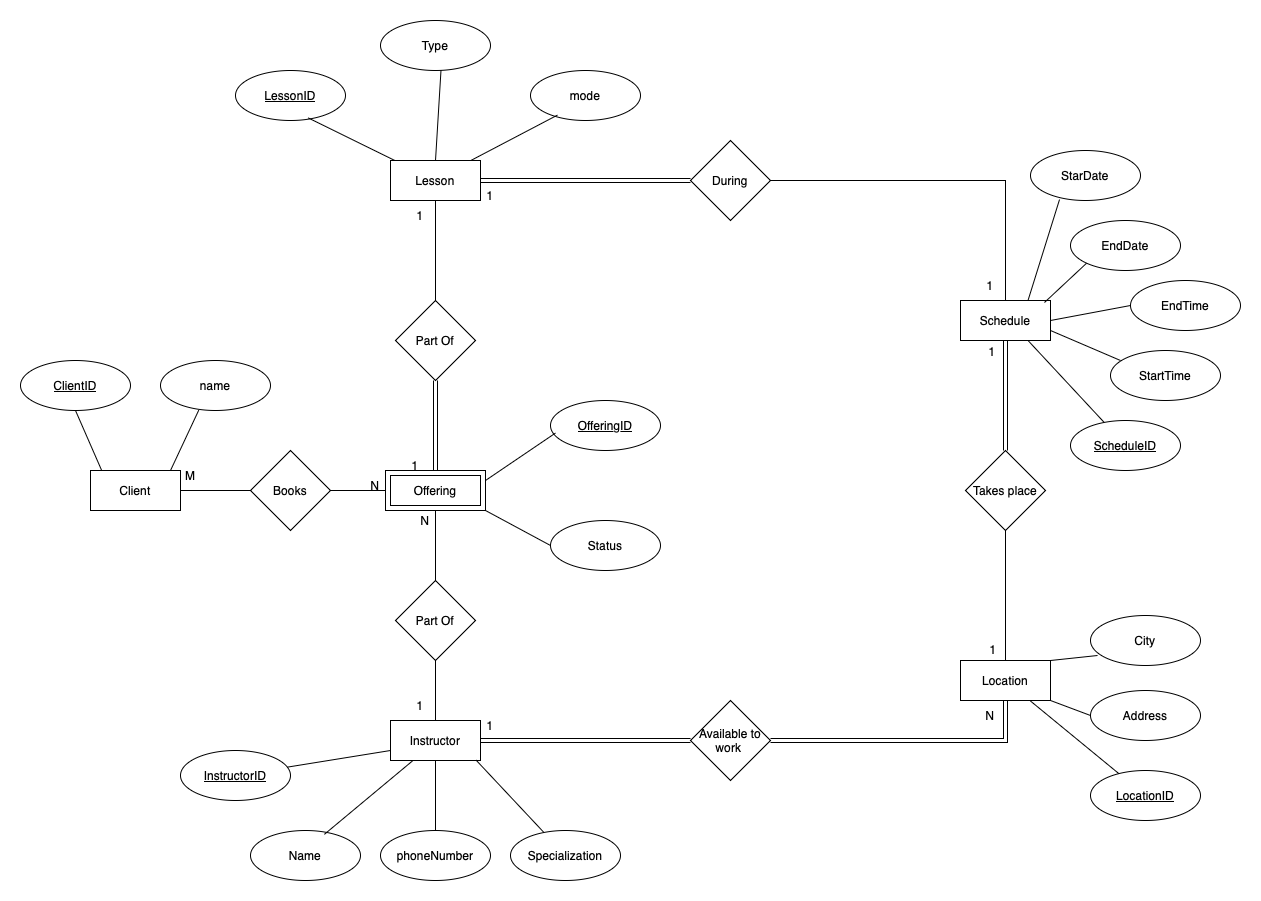
The draw.io diagram Q2.drawio.png in JeremyCrete/363A1, before a commit. Source tidied: cells renumbered, new cells last; positions are measured from the earlier drawing's top-left corner, leaving out a move shared by most shapes.
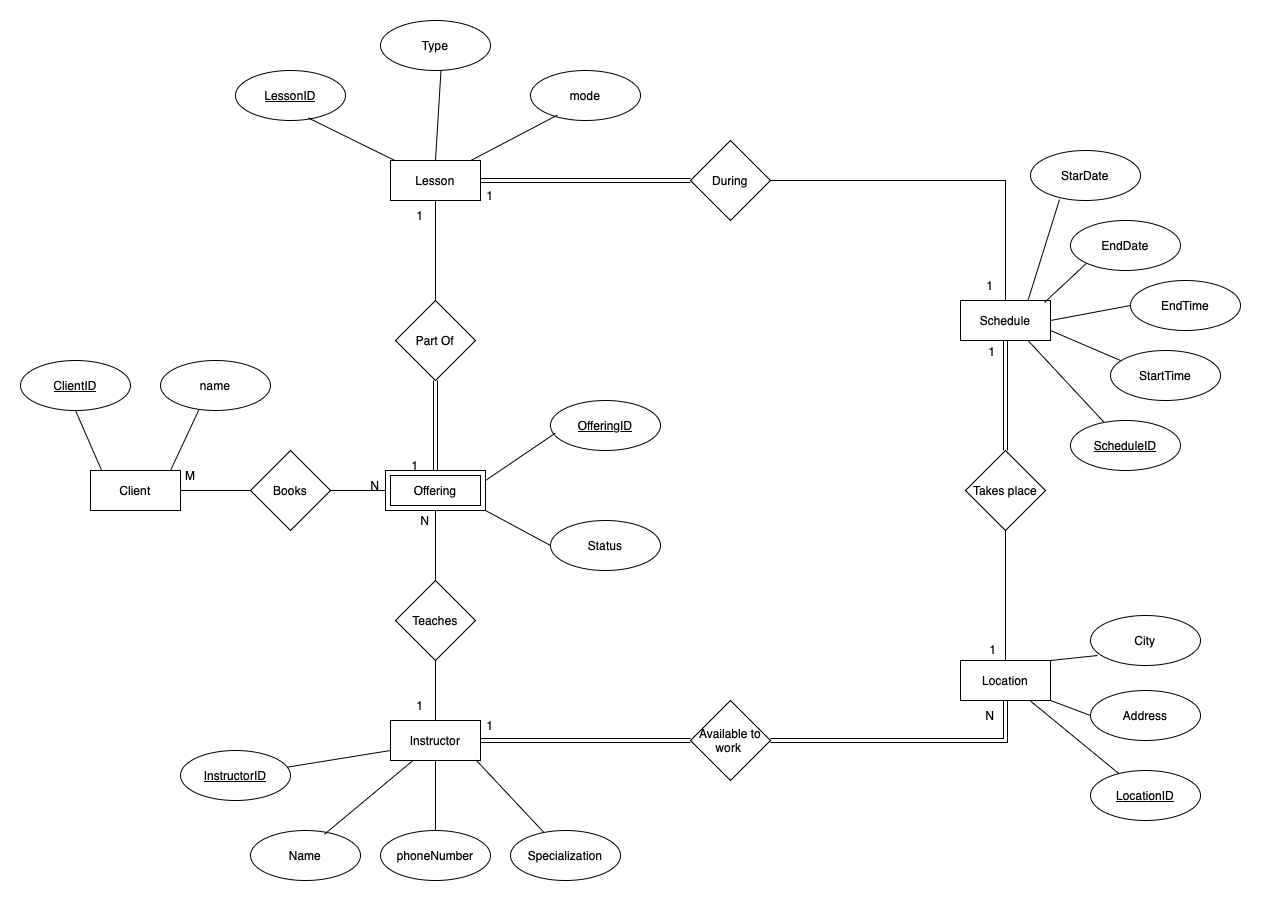
Later version of the same file.

What changed in the source:
```diff
@@ -83,7 +83,7 @@
     <mxCell id="28" style="edgeStyle=orthogonalEdgeStyle;rounded=0;jettySize=auto;html=1;endArrow=none;startFill=0;" parent="1" edge="1" source="29" target="27">
       <mxGeometry relative="1" as="geometry" />
     </mxCell>
-    <mxCell id="29" value="Part Of" style="rhombus;whiteSpace=wrap;html=1;" parent="1" vertex="1">
+    <mxCell id="29" value="Teaches" style="rhombus;whiteSpace=wrap;html=1;" parent="1" vertex="1">
       <mxGeometry x="375" y="560" width="80" height="80" as="geometry" />
     </mxCell>
     <mxCell id="30" value="&lt;u&gt;InstructorID&lt;/u&gt;" style="ellipse;whiteSpace=wrap;html=1;" parent="1" vertex="1">
```
